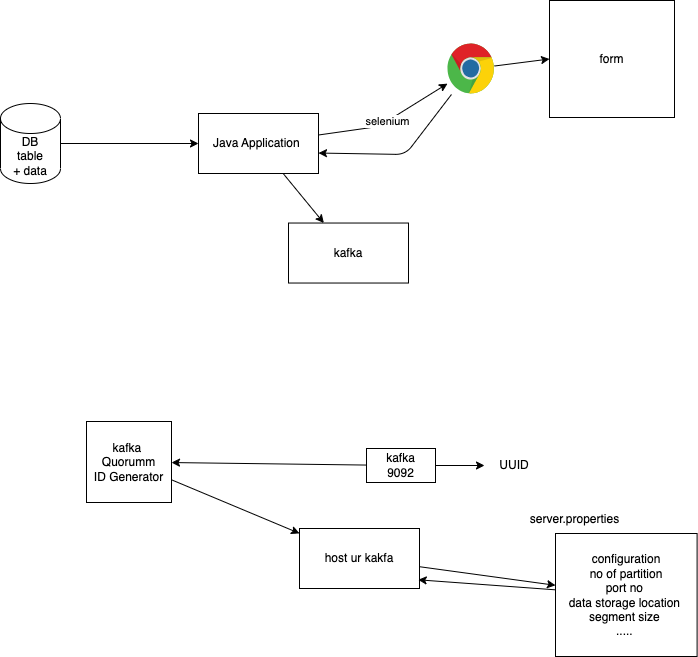
Earlier version of the draw.io export images/day-3.drawio.png (adithnaveen/ibm-kafka-may-2023). Source tidied: cells renumbered, new cells last; positions are measured from the earlier drawing's top-left corner, leaving out a move shared by most shapes. The source it was exported from:
```xml
<mxGraphModel>
  <root>
    <mxCell id="0" />
    <mxCell id="1" parent="0" />
    <mxCell id="2" style="edgeStyle=none;html=1;" parent="1" edge="1" source="3" target="6">
      <mxGeometry relative="1" as="geometry" />
    </mxCell>
    <mxCell id="3" value="DB&lt;br&gt;table&lt;br&gt;+ data" style="shape=cylinder3;whiteSpace=wrap;html=1;boundedLbl=1;backgroundOutline=1;size=15;" parent="1" vertex="1">
      <mxGeometry y="103" width="60" height="80" as="geometry" />
    </mxCell>
    <mxCell id="4" value="selenium" style="edgeStyle=none;html=1;" parent="1" edge="1" source="6" target="9">
      <mxGeometry relative="1" as="geometry">
        <Array as="points">
          <mxPoint x="378" y="126" />
        </Array>
      </mxGeometry>
    </mxCell>
    <mxCell id="5" style="edgeStyle=none;html=1;" parent="1" edge="1" source="6" target="10">
      <mxGeometry relative="1" as="geometry" />
    </mxCell>
    <mxCell id="6" value="Java Application&amp;nbsp;" style="rounded=0;whiteSpace=wrap;html=1;" parent="1" vertex="1">
      <mxGeometry x="198" y="113" width="120" height="60" as="geometry" />
    </mxCell>
    <mxCell id="7" style="edgeStyle=none;html=1;entryX=1;entryY=0.659;entryDx=0;entryDy=0;entryPerimeter=0;" parent="1" edge="1" source="9" target="6">
      <mxGeometry relative="1" as="geometry">
        <Array as="points">
          <mxPoint x="405" y="154" />
        </Array>
      </mxGeometry>
    </mxCell>
    <mxCell id="8" style="edgeStyle=none;html=1;entryX=0;entryY=0.5;entryDx=0;entryDy=0;" parent="1" edge="1" source="9" target="11">
      <mxGeometry relative="1" as="geometry" />
    </mxCell>
    <mxCell id="9" style="dashed=0;outlineConnect=0;html=1;align=center;labelPosition=center;verticalLabelPosition=bottom;verticalAlign=top;shape=mxgraph.weblogos.chrome;" parent="1" vertex="1">
      <mxGeometry x="447" y="43" width="47" height="51" as="geometry" />
    </mxCell>
    <mxCell id="10" value="kafka" style="rounded=0;whiteSpace=wrap;html=1;" parent="1" vertex="1">
      <mxGeometry x="288" y="222.5" width="120" height="60" as="geometry" />
    </mxCell>
    <mxCell id="11" value="form" style="rounded=0;whiteSpace=wrap;html=1;" parent="1" vertex="1">
      <mxGeometry x="549" width="125" height="117" as="geometry" />
    </mxCell>
    <mxCell id="12" style="edgeStyle=none;html=1;" parent="1" edge="1" source="14" target="16">
      <mxGeometry relative="1" as="geometry" />
    </mxCell>
    <mxCell id="13" style="edgeStyle=none;html=1;" parent="1" edge="1" source="14" target="17">
      <mxGeometry relative="1" as="geometry" />
    </mxCell>
    <mxCell id="14" value="kafka&lt;br&gt;9092" style="rounded=0;whiteSpace=wrap;html=1;" parent="1" vertex="1">
      <mxGeometry x="366" y="448" width="69" height="34" as="geometry" />
    </mxCell>
    <mxCell id="15" style="edgeStyle=none;html=1;" parent="1" edge="1" source="16" target="19">
      <mxGeometry relative="1" as="geometry" />
    </mxCell>
    <mxCell id="16" value="kafka&amp;nbsp;&lt;br&gt;Quorumm&lt;br&gt;ID Generator" style="rounded=0;whiteSpace=wrap;html=1;" parent="1" vertex="1">
      <mxGeometry x="86" y="421" width="85" height="81" as="geometry" />
    </mxCell>
    <mxCell id="17" value="UUID" style="text;html=1;strokeColor=none;fillColor=none;align=center;verticalAlign=middle;whiteSpace=wrap;rounded=0;" parent="1" vertex="1">
      <mxGeometry x="484" y="450" width="60" height="30" as="geometry" />
    </mxCell>
    <mxCell id="18" style="edgeStyle=none;html=1;" parent="1" edge="1" source="19" target="21">
      <mxGeometry relative="1" as="geometry" />
    </mxCell>
    <mxCell id="19" value="host ur kakfa&lt;br&gt;" style="rounded=0;whiteSpace=wrap;html=1;" parent="1" vertex="1">
      <mxGeometry x="299" y="528" width="120" height="60" as="geometry" />
    </mxCell>
    <mxCell id="20" style="edgeStyle=none;html=1;entryX=0.989;entryY=0.855;entryDx=0;entryDy=0;entryPerimeter=0;" parent="1" edge="1" source="21" target="19">
      <mxGeometry relative="1" as="geometry" />
    </mxCell>
    <mxCell id="21" value="configuration&lt;br&gt;no of partition&lt;br&gt;port no&amp;nbsp;&lt;br&gt;data storage location&amp;nbsp;&lt;br&gt;segment size&amp;nbsp;&lt;br&gt;.....&amp;nbsp;" style="rounded=0;whiteSpace=wrap;html=1;" parent="1" vertex="1">
      <mxGeometry x="555" y="533" width="141.6" height="123" as="geometry" />
    </mxCell>
    <mxCell id="22" value="server.properties" style="text;html=1;align=center;verticalAlign=middle;strokeColor=none;fillColor=none;" parent="1" vertex="1">
      <mxGeometry x="520" y="506" width="107" height="26" as="geometry" />
    </mxCell>
  </root>
</mxGraphModel>
```
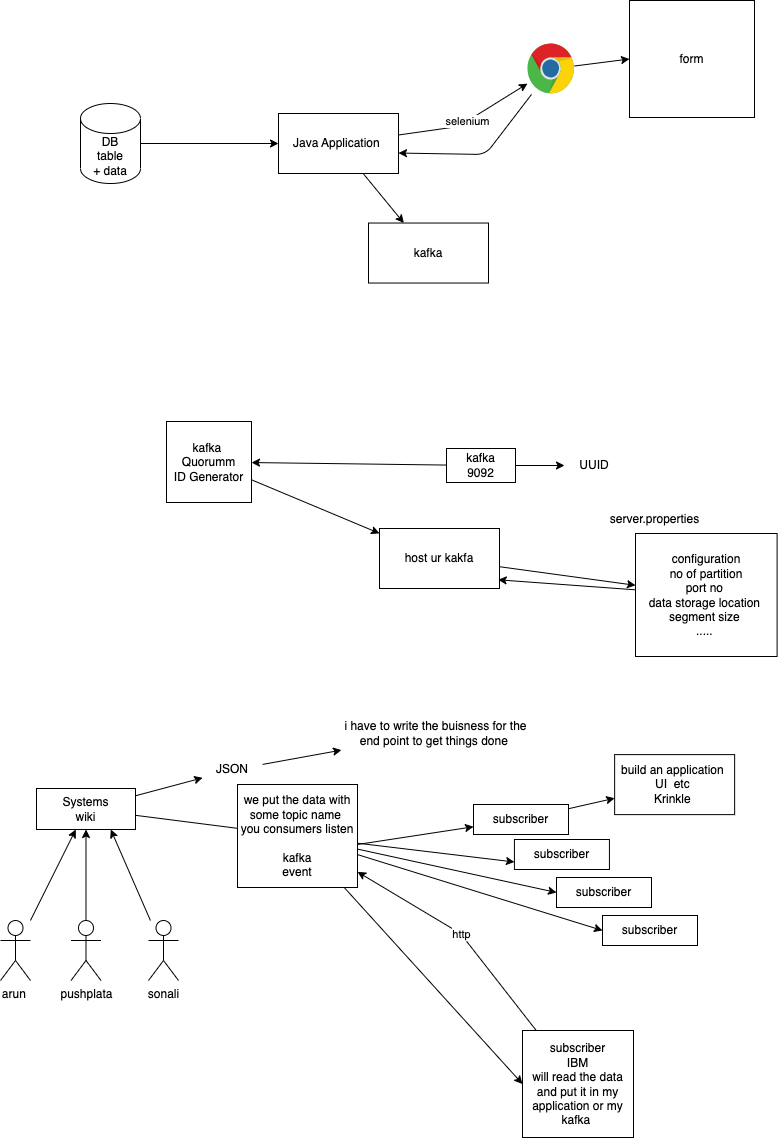
The same diagram one commit later.

Commit message:
updated dependencies for wiki

Change to the diagram source:
```diff
@@ -73,5 +73,91 @@
     <mxCell id="22" value="server.properties" style="text;html=1;align=center;verticalAlign=middle;strokeColor=none;fillColor=none;" parent="1" vertex="1">
       <mxGeometry x="520" y="506" width="107" height="26" as="geometry" />
     </mxCell>
+    <mxCell id="23" style="edgeStyle=none;html=1;" parent="1" edge="1" source="25" target="27">
+      <mxGeometry relative="1" as="geometry" />
+    </mxCell>
+    <mxCell id="24" style="edgeStyle=none;html=1;startArrow=none;" parent="1" edge="1" source="47" target="36">
+      <mxGeometry relative="1" as="geometry">
+        <Array as="points">
+          <mxPoint x="159" y="862" />
+        </Array>
+      </mxGeometry>
+    </mxCell>
+    <mxCell id="25" value="Systems&lt;br&gt;wiki" style="rounded=0;whiteSpace=wrap;html=1;" parent="1" vertex="1">
+      <mxGeometry x="-44" y="788" width="99" height="41" as="geometry" />
+    </mxCell>
+    <mxCell id="26" style="edgeStyle=none;html=1;" parent="1" edge="1" source="27" target="28">
+      <mxGeometry relative="1" as="geometry" />
+    </mxCell>
+    <mxCell id="27" value="JSON" style="text;html=1;strokeColor=none;fillColor=none;align=center;verticalAlign=middle;whiteSpace=wrap;rounded=0;" parent="1" vertex="1">
+      <mxGeometry x="122.1" y="754.3" width="60" height="30" as="geometry" />
+    </mxCell>
+    <mxCell id="28" value="i have to write the buisness for the end point to get things done&amp;nbsp;" style="text;html=1;strokeColor=none;fillColor=none;align=center;verticalAlign=middle;whiteSpace=wrap;rounded=0;" parent="1" vertex="1">
+      <mxGeometry x="261" y="699" width="188.9" height="67" as="geometry" />
+    </mxCell>
+    <mxCell id="29" style="edgeStyle=none;html=1;" parent="1" edge="1" source="30" target="25">
+      <mxGeometry relative="1" as="geometry" />
+    </mxCell>
+    <mxCell id="30" value="arun&amp;nbsp;" style="shape=umlActor;verticalLabelPosition=bottom;verticalAlign=top;html=1;outlineConnect=0;" parent="1" vertex="1">
+      <mxGeometry x="-80" y="920" width="30" height="60" as="geometry" />
+    </mxCell>
+    <mxCell id="31" style="edgeStyle=none;html=1;entryX=0.5;entryY=1;entryDx=0;entryDy=0;" parent="1" edge="1" source="32" target="25">
+      <mxGeometry relative="1" as="geometry" />
+    </mxCell>
+    <mxCell id="32" value="pushplata" style="shape=umlActor;verticalLabelPosition=bottom;verticalAlign=top;html=1;outlineConnect=0;" parent="1" vertex="1">
+      <mxGeometry x="-9.5" y="920" width="30" height="60" as="geometry" />
+    </mxCell>
+    <mxCell id="33" style="edgeStyle=none;html=1;entryX=0.75;entryY=1;entryDx=0;entryDy=0;" parent="1" edge="1" source="34" target="25">
+      <mxGeometry relative="1" as="geometry" />
+    </mxCell>
+    <mxCell id="34" value="sonali" style="shape=umlActor;verticalLabelPosition=bottom;verticalAlign=top;html=1;outlineConnect=0;" parent="1" vertex="1">
+      <mxGeometry x="68" y="920" width="30" height="60" as="geometry" />
+    </mxCell>
+    <mxCell id="35" style="edgeStyle=none;html=1;" parent="1" edge="1" source="36" target="48">
+      <mxGeometry relative="1" as="geometry" />
+    </mxCell>
+    <mxCell id="36" value="subscriber" style="rounded=0;whiteSpace=wrap;html=1;" parent="1" vertex="1">
+      <mxGeometry x="393" y="804" width="95" height="30" as="geometry" />
+    </mxCell>
+    <mxCell id="37" value="subscriber" style="rounded=0;whiteSpace=wrap;html=1;" parent="1" vertex="1">
+      <mxGeometry x="433.9" y="839" width="95" height="30" as="geometry" />
+    </mxCell>
+    <mxCell id="38" value="subscriber" style="rounded=0;whiteSpace=wrap;html=1;" parent="1" vertex="1">
+      <mxGeometry x="476" y="877" width="95" height="30" as="geometry" />
+    </mxCell>
+    <mxCell id="39" value="subscriber" style="rounded=0;whiteSpace=wrap;html=1;" parent="1" vertex="1">
+      <mxGeometry x="522" y="915" width="95" height="30" as="geometry" />
+    </mxCell>
+    <mxCell id="40" value="http" style="edgeStyle=none;html=1;" parent="1" edge="1" source="41" target="47">
+      <mxGeometry relative="1" as="geometry">
+        <Array as="points">
+          <mxPoint x="380" y="933" />
+        </Array>
+      </mxGeometry>
+    </mxCell>
+    <mxCell id="41" value="subscriber&lt;br&gt;IBM&lt;br&gt;will read the data and put it in my application or my kafka&amp;nbsp;" style="rounded=0;whiteSpace=wrap;html=1;" parent="1" vertex="1">
+      <mxGeometry x="442" y="1030" width="111" height="107" as="geometry" />
+    </mxCell>
+    <mxCell id="42" style="edgeStyle=none;html=1;endArrow=none;" parent="1" edge="1" source="25" target="47">
+      <mxGeometry relative="1" as="geometry" />
+    </mxCell>
+    <mxCell id="43" style="edgeStyle=none;html=1;entryX=0;entryY=0.75;entryDx=0;entryDy=0;" parent="1" edge="1" source="47" target="37">
+      <mxGeometry relative="1" as="geometry" />
+    </mxCell>
+    <mxCell id="44" style="edgeStyle=none;html=1;entryX=0;entryY=0.5;entryDx=0;entryDy=0;" parent="1" edge="1" source="47" target="38">
+      <mxGeometry relative="1" as="geometry" />
+    </mxCell>
+    <mxCell id="45" style="edgeStyle=none;html=1;entryX=0;entryY=0.5;entryDx=0;entryDy=0;" parent="1" edge="1" source="47" target="39">
+      <mxGeometry relative="1" as="geometry" />
+    </mxCell>
+    <mxCell id="46" style="edgeStyle=none;html=1;entryX=0;entryY=0.5;entryDx=0;entryDy=0;" parent="1" edge="1" source="47" target="41">
+      <mxGeometry relative="1" as="geometry" />
+    </mxCell>
+    <mxCell id="47" value="we put the data with some topic name&amp;nbsp;&lt;br&gt;you consumers listen&lt;br&gt;&lt;br&gt;kafka&lt;br&gt;event" style="rounded=0;whiteSpace=wrap;html=1;" parent="1" vertex="1">
+      <mxGeometry x="157" y="784" width="120" height="103" as="geometry" />
+    </mxCell>
+    <mxCell id="48" value="build an application&amp;nbsp;&lt;br&gt;UI&amp;nbsp; etc&amp;nbsp;&lt;br&gt;Krinkle&amp;nbsp;" style="rounded=0;whiteSpace=wrap;html=1;" parent="1" vertex="1">
+      <mxGeometry x="534.1" y="754.1" width="120" height="60" as="geometry" />
+    </mxCell>
   </root>
 </mxGraphModel>
```
